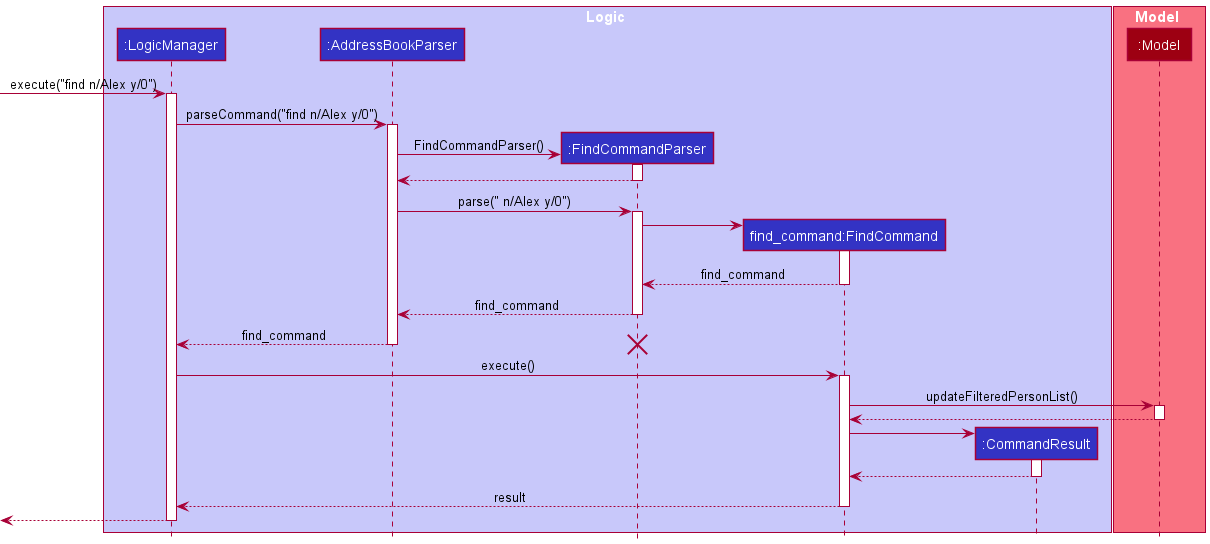
Before: docs/images/FindCommandSequenceDiagram.png, a diagram exported from PlantUML (nus-cs2103-AY2122S1/tp). Its diagram source:
```plantuml
@startuml
!include style.puml

box Logic LOGIC_COLOR_T1
participant ":LogicManager" as LogicManager LOGIC_COLOR
participant ":AddressBookParser" as AddressBookParser LOGIC_COLOR
participant ":FindCommandParser" as FindCommandParser LOGIC_COLOR
participant "find_command:FindCommand" as FindCommand LOGIC_COLOR
participant ":CommandResult" as CommandResult LOGIC_COLOR
end box

box Model MODEL_COLOR_T1
participant ":Model" as Model MODEL_COLOR
end box

[-> LogicManager : execute("find n/Alex y/0")
activate LogicManager

LogicManager -> AddressBookParser : parseCommand("find n/Alex y/0")
activate AddressBookParser

create FindCommandParser


AddressBookParser -> FindCommandParser: FindCommandParser()
activate FindCommandParser

FindCommandParser --> AddressBookParser

deactivate FindCommandParser

AddressBookParser -> FindCommandParser : parse(" n/Alex y/0")
activate FindCommandParser

create FindCommand
FindCommandParser -> FindCommand
activate FindCommand

FindCommand --> FindCommandParser : find_command
deactivate FindCommand

FindCommandParser --> AddressBookParser :find_command
deactivate FindCommandParser

AddressBookParser --> LogicManager : find_command

deactivate AddressBookParser

destroy FindCommandParser

LogicManager -> FindCommand : execute()
activate FindCommand

FindCommand -> Model : updateFilteredPersonList()
activate Model
Model --> FindCommand :
deactivate Model

create CommandResult
FindCommand -> CommandResult
activate CommandResult

CommandResult --> FindCommand
deactivate CommandResult

FindCommand --> LogicManager : result
deactivate FindCommand

[<--LogicManager
deactivate LogicManager
@enduml
```
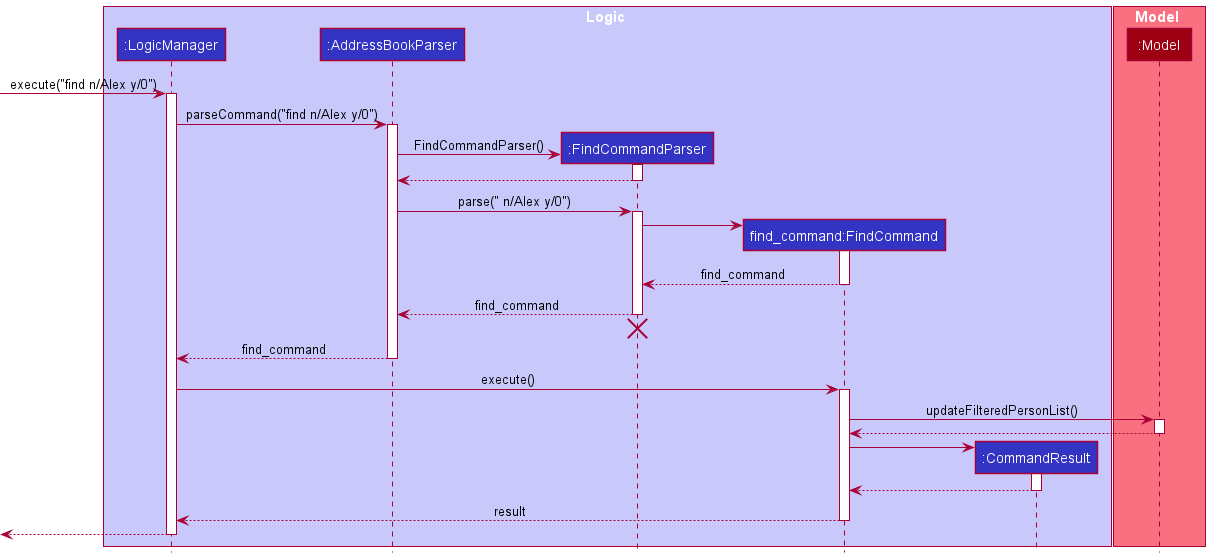
After the commit.

The edit, as a diff of the source:
```diff
@@ -42,11 +42,12 @@
 FindCommandParser --> AddressBookParser :find_command
 deactivate FindCommandParser
 
+FindCommandParser -[hidden]-> AddressBookParser
+destroy FindCommandParser
+
 AddressBookParser --> LogicManager : find_command
 
 deactivate AddressBookParser
-
-destroy FindCommandParser
 
 LogicManager -> FindCommand : execute()
 activate FindCommand
```
